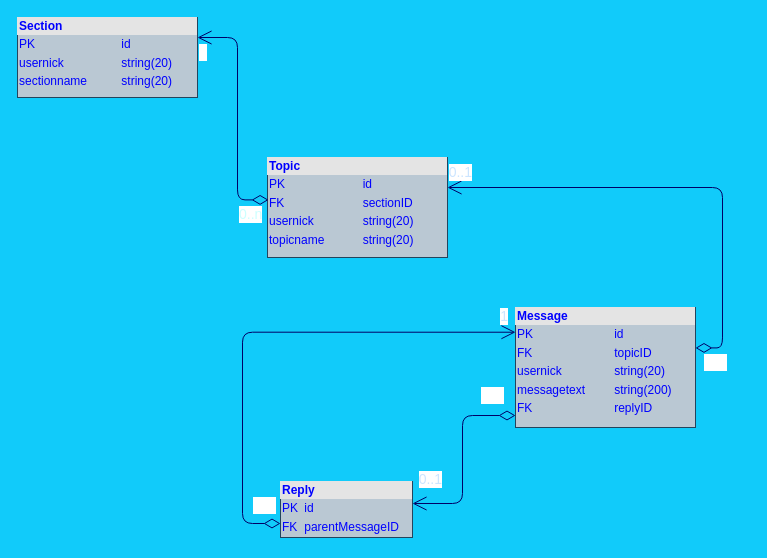
Earlier version of the draw.io diagram diagramms/er.drawio (theotheo46/react). Source tidied: cells renumbered, new cells numbered last; positions are measured from the earlier drawing's top-left corner, leaving out a move shared by most shapes. Both pictures are drawn from the tidied source at 100%, with x=0, y=0 at pixel (17, 17).
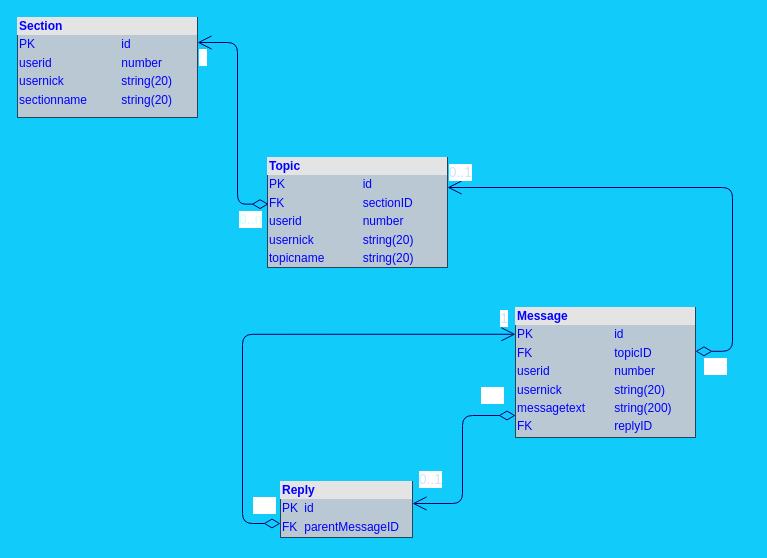
The same page after the edit.

The change refers to these unchanged cells:
```xml
<mxCell id="11" value="&lt;div style=&quot;box-sizing:border-box;width:100%;background:#e4e4e4;padding:2px;&quot;&gt;&lt;font color=&quot;#0000ff&quot;&gt;&lt;b&gt;Reply&lt;/b&gt;&lt;/font&gt;&lt;/div&gt;&lt;table style=&quot;width:100%;font-size:1em;&quot; cellpadding=&quot;2&quot; cellspacing=&quot;0&quot;&gt;&lt;tbody&gt;&lt;tr&gt;&lt;td&gt;&lt;font color=&quot;#0000ff&quot;&gt;PK&lt;/font&gt;&lt;/td&gt;&lt;td&gt;&lt;font color=&quot;#0000ff&quot;&gt;id&lt;/font&gt;&lt;/td&gt;&lt;/tr&gt;&lt;tr&gt;&lt;td&gt;&lt;font color=&quot;#0000ff&quot;&gt;FK&lt;/font&gt;&lt;/td&gt;&lt;td&gt;&lt;font color=&quot;#0000ff&quot;&gt;parentMessageID&lt;/font&gt;&lt;/td&gt;&lt;/tr&gt;&lt;/tbody&gt;&lt;/table&gt;" style="verticalAlign=top;align=left;overflow=fill;html=1;fillColor=#bac8d3;strokeColor=#23445d;" parent="1" vertex="1">
  <mxGeometry x="263" y="464" width="132" height="56" as="geometry" />
</mxCell>
```

What changed in the source:
```diff
@@
-    <mxCell id="2" value="&lt;div style=&quot;box-sizing:border-box;width:100%;background:#e4e4e4;padding:2px;&quot;&gt;&lt;font color=&quot;#0000ff&quot;&gt;&lt;b&gt;Section&lt;/b&gt;&lt;/font&gt;&lt;/div&gt;&lt;table style=&quot;width:100%;font-size:1em;&quot; cellpadding=&quot;2&quot; cellspacing=&quot;0&quot;&gt;&lt;tbody&gt;&lt;tr&gt;&lt;td&gt;&lt;font color=&quot;#0000ff&quot;&gt;PK&lt;/font&gt;&lt;/td&gt;&lt;td&gt;&lt;font color=&quot;#0000ff&quot;&gt;id&lt;/font&gt;&lt;/td&gt;&lt;/tr&gt;&lt;tr&gt;&lt;td&gt;&lt;span style=&quot;color: rgb(0, 0, 255);&quot;&gt;usernick&lt;/span&gt;&lt;br&gt;&lt;/td&gt;&lt;td&gt;&lt;font color=&quot;#0000ff&quot;&gt;string(20)&lt;/font&gt;&lt;/td&gt;&lt;/tr&gt;&lt;tr&gt;&lt;td&gt;&lt;font color=&quot;#0000ff&quot;&gt;sectionname&lt;/font&gt;&lt;/td&gt;&lt;td&gt;&lt;span style=&quot;color: rgb(0, 0, 255);&quot;&gt;string(20)&lt;/span&gt;&lt;br&gt;&lt;/td&gt;&lt;/tr&gt;&lt;tr&gt;&lt;td&gt;&lt;br&gt;&lt;/td&gt;&lt;td&gt;&lt;br&gt;&lt;/td&gt;&lt;/tr&gt;&lt;tr&gt;&lt;td&gt;&lt;br&gt;&lt;/td&gt;&lt;td&gt;&lt;br&gt;&lt;/td&gt;&lt;/tr&gt;&lt;/tbody&gt;&lt;/table&gt;" style="verticalAlign=top;align=left;overflow=fill;html=1;fillColor=#bac8d3;strokeColor=#23445d;" parent="1" vertex="1">
-      <mxGeometry width="180" height="80" as="geometry" />
+    <mxCell id="2" value="&lt;div style=&quot;box-sizing:border-box;width:100%;background:#e4e4e4;padding:2px;&quot;&gt;&lt;font color=&quot;#0000ff&quot;&gt;&lt;b&gt;Section&lt;/b&gt;&lt;/font&gt;&lt;/div&gt;&lt;table style=&quot;width:100%;font-size:1em;&quot; cellpadding=&quot;2&quot; cellspacing=&quot;0&quot;&gt;&lt;tbody&gt;&lt;tr&gt;&lt;td&gt;&lt;font color=&quot;#0000ff&quot;&gt;PK&lt;/font&gt;&lt;/td&gt;&lt;td&gt;&lt;font color=&quot;#0000ff&quot;&gt;id&lt;/font&gt;&lt;/td&gt;&lt;/tr&gt;&lt;tr&gt;&lt;td&gt;&lt;font color=&quot;#0000ff&quot;&gt;userid&lt;/font&gt;&lt;/td&gt;&lt;td&gt;&lt;font color=&quot;#0000ff&quot;&gt;number&lt;/font&gt;&lt;/td&gt;&lt;/tr&gt;&lt;tr&gt;&lt;td&gt;&lt;span style=&quot;color: rgb(0, 0, 255);&quot;&gt;usernick&lt;/span&gt;&lt;br&gt;&lt;/td&gt;&lt;td&gt;&lt;font color=&quot;#0000ff&quot;&gt;string(20)&lt;/font&gt;&lt;/td&gt;&lt;/tr&gt;&lt;tr&gt;&lt;td&gt;&lt;font color=&quot;#0000ff&quot;&gt;sectionname&lt;/font&gt;&lt;/td&gt;&lt;td&gt;&lt;span style=&quot;color: rgb(0, 0, 255);&quot;&gt;string(20)&lt;/span&gt;&lt;br&gt;&lt;/td&gt;&lt;/tr&gt;&lt;tr&gt;&lt;td&gt;&lt;br&gt;&lt;/td&gt;&lt;td&gt;&lt;br&gt;&lt;/td&gt;&lt;/tr&gt;&lt;tr&gt;&lt;td&gt;&lt;br&gt;&lt;/td&gt;&lt;td&gt;&lt;br&gt;&lt;/td&gt;&lt;/tr&gt;&lt;/tbody&gt;&lt;/table&gt;" style="verticalAlign=top;align=left;overflow=fill;html=1;fillColor=#bac8d3;strokeColor=#23445d;" parent="1" vertex="1">
+      <mxGeometry width="180" height="100" as="geometry" />
     </mxCell>
-    <mxCell id="3" value="&lt;div style=&quot;box-sizing:border-box;width:100%;background:#e4e4e4;padding:2px;&quot;&gt;&lt;font color=&quot;#0000ff&quot;&gt;&lt;b&gt;Topic&lt;/b&gt;&lt;/font&gt;&lt;/div&gt;&lt;table style=&quot;width:100%;font-size:1em;&quot; cellpadding=&quot;2&quot; cellspacing=&quot;0&quot;&gt;&lt;tbody&gt;&lt;tr&gt;&lt;td&gt;&lt;font color=&quot;#0000ff&quot;&gt;PK&lt;/font&gt;&lt;/td&gt;&lt;td&gt;&lt;font color=&quot;#0000ff&quot;&gt;id&lt;/font&gt;&lt;/td&gt;&lt;/tr&gt;&lt;tr&gt;&lt;td&gt;&lt;font color=&quot;#0000ff&quot;&gt;FK&lt;/font&gt;&lt;/td&gt;&lt;td&gt;&lt;font color=&quot;#0000ff&quot;&gt;sectionID&lt;/font&gt;&lt;/td&gt;&lt;/tr&gt;&lt;tr&gt;&lt;td&gt;&lt;span style=&quot;color: rgb(0, 0, 255);&quot;&gt;usernick&lt;/span&gt;&lt;br&gt;&lt;/td&gt;&lt;td&gt;&lt;font color=&quot;#0000ff&quot;&gt;string(20)&lt;/font&gt;&lt;/td&gt;&lt;/tr&gt;&lt;tr&gt;&lt;td&gt;&lt;font color=&quot;#0000ff&quot;&gt;topicname&lt;/font&gt;&lt;/td&gt;&lt;td&gt;&lt;span style=&quot;color: rgb(0, 0, 255);&quot;&gt;string(20)&lt;/span&gt;&lt;br&gt;&lt;/td&gt;&lt;/tr&gt;&lt;tr&gt;&lt;td&gt;&lt;br&gt;&lt;/td&gt;&lt;td&gt;&lt;br&gt;&lt;/td&gt;&lt;/tr&gt;&lt;tr&gt;&lt;td&gt;&lt;br&gt;&lt;/td&gt;&lt;td&gt;&lt;br&gt;&lt;/td&gt;&lt;/tr&gt;&lt;/tbody&gt;&lt;/table&gt;" style="verticalAlign=top;align=left;overflow=fill;html=1;fillColor=#bac8d3;strokeColor=#23445d;" parent="1" vertex="1">
-      <mxGeometry x="250" y="140" width="180" height="100" as="geometry" />
+    <mxCell id="3" value="&lt;div style=&quot;box-sizing:border-box;width:100%;background:#e4e4e4;padding:2px;&quot;&gt;&lt;font color=&quot;#0000ff&quot;&gt;&lt;b&gt;Topic&lt;/b&gt;&lt;/font&gt;&lt;/div&gt;&lt;table style=&quot;width:100%;font-size:1em;&quot; cellpadding=&quot;2&quot; cellspacing=&quot;0&quot;&gt;&lt;tbody&gt;&lt;tr&gt;&lt;td&gt;&lt;font color=&quot;#0000ff&quot;&gt;PK&lt;/font&gt;&lt;/td&gt;&lt;td&gt;&lt;font color=&quot;#0000ff&quot;&gt;id&lt;/font&gt;&lt;/td&gt;&lt;/tr&gt;&lt;tr&gt;&lt;td&gt;&lt;font color=&quot;#0000ff&quot;&gt;FK&lt;/font&gt;&lt;/td&gt;&lt;td&gt;&lt;font color=&quot;#0000ff&quot;&gt;sectionID&lt;/font&gt;&lt;/td&gt;&lt;/tr&gt;&lt;tr&gt;&lt;td&gt;&lt;font color=&quot;#0000ff&quot;&gt;userid&lt;/font&gt;&lt;/td&gt;&lt;td&gt;&lt;font color=&quot;#0000ff&quot;&gt;number&lt;/font&gt;&lt;/td&gt;&lt;/tr&gt;&lt;tr&gt;&lt;td&gt;&lt;span style=&quot;color: rgb(0, 0, 255);&quot;&gt;usernick&lt;/span&gt;&lt;br&gt;&lt;/td&gt;&lt;td&gt;&lt;font color=&quot;#0000ff&quot;&gt;string(20)&lt;/font&gt;&lt;/td&gt;&lt;/tr&gt;&lt;tr&gt;&lt;td&gt;&lt;font color=&quot;#0000ff&quot;&gt;topicname&lt;/font&gt;&lt;/td&gt;&lt;td&gt;&lt;span style=&quot;color: rgb(0, 0, 255);&quot;&gt;string(20)&lt;/span&gt;&lt;br&gt;&lt;/td&gt;&lt;/tr&gt;&lt;tr&gt;&lt;td&gt;&lt;br&gt;&lt;/td&gt;&lt;td&gt;&lt;br&gt;&lt;/td&gt;&lt;/tr&gt;&lt;tr&gt;&lt;td&gt;&lt;br&gt;&lt;/td&gt;&lt;td&gt;&lt;br&gt;&lt;/td&gt;&lt;/tr&gt;&lt;/tbody&gt;&lt;/table&gt;" style="verticalAlign=top;align=left;overflow=fill;html=1;fillColor=#bac8d3;strokeColor=#23445d;" parent="1" vertex="1">
+      <mxGeometry x="250" y="140" width="180" height="110" as="geometry" />
     </mxCell>
     <mxCell id="4" style="endArrow=open;html=1;endSize=12;startArrow=diamondThin;startSize=14;startFill=0;edgeStyle=orthogonalEdgeStyle;fontColor=#0000FF;strokeColor=#000066;entryX=1;entryY=0.25;entryDx=0;entryDy=0;exitX=0.006;exitY=0.424;exitDx=0;exitDy=0;exitPerimeter=0;" parent="1" edge="1" source="3" target="2">
       <mxGeometry x="0.18" relative="1" as="geometry">
         <Array as="points">
-          <mxPoint x="220" y="182" />
-          <mxPoint x="220" y="20" />
+          <mxPoint x="220" y="187" />
+          <mxPoint x="220" y="25" />
         </Array>
       </mxGeometry>
     </mxCell>
@@
-    <mxCell id="7" value="&lt;div style=&quot;box-sizing:border-box;width:100%;background:#e4e4e4;padding:2px;&quot;&gt;&lt;font color=&quot;#0000ff&quot;&gt;&lt;b&gt;Message&lt;/b&gt;&lt;/font&gt;&lt;/div&gt;&lt;table style=&quot;width:100%;font-size:1em;&quot; cellpadding=&quot;2&quot; cellspacing=&quot;0&quot;&gt;&lt;tbody&gt;&lt;tr&gt;&lt;td&gt;&lt;font color=&quot;#0000ff&quot;&gt;PK&lt;/font&gt;&lt;/td&gt;&lt;td&gt;&lt;font color=&quot;#0000ff&quot;&gt;id&lt;/font&gt;&lt;/td&gt;&lt;/tr&gt;&lt;tr&gt;&lt;td&gt;&lt;font color=&quot;#0000ff&quot;&gt;FK&lt;/font&gt;&lt;/td&gt;&lt;td&gt;&lt;font color=&quot;#0000ff&quot;&gt;topicID&lt;/font&gt;&lt;/td&gt;&lt;/tr&gt;&lt;tr&gt;&lt;td&gt;&lt;span style=&quot;color: rgb(0, 0, 255);&quot;&gt;usernick&lt;/span&gt;&lt;br&gt;&lt;/td&gt;&lt;td&gt;&lt;font color=&quot;#0000ff&quot;&gt;string(20)&lt;/font&gt;&lt;/td&gt;&lt;/tr&gt;&lt;tr&gt;&lt;td&gt;&lt;font color=&quot;#0000ff&quot;&gt;messagetext&lt;/font&gt;&lt;/td&gt;&lt;td&gt;&lt;span style=&quot;color: rgb(0, 0, 255);&quot;&gt;string(200)&lt;/span&gt;&lt;br&gt;&lt;/td&gt;&lt;/tr&gt;&lt;tr&gt;&lt;td&gt;&lt;font color=&quot;#0000ff&quot;&gt;FK&lt;/font&gt;&lt;/td&gt;&lt;td&gt;&lt;font color=&quot;#0000ff&quot;&gt;replyID&lt;/font&gt;&lt;/td&gt;&lt;/tr&gt;&lt;tr&gt;&lt;td&gt;&lt;br&gt;&lt;/td&gt;&lt;td&gt;&lt;br&gt;&lt;/td&gt;&lt;/tr&gt;&lt;tr&gt;&lt;td&gt;&lt;br&gt;&lt;/td&gt;&lt;td&gt;&lt;br&gt;&lt;/td&gt;&lt;/tr&gt;&lt;tr&gt;&lt;td&gt;&lt;br&gt;&lt;/td&gt;&lt;td&gt;&lt;br&gt;&lt;/td&gt;&lt;/tr&gt;&lt;/tbody&gt;&lt;/table&gt;" style="verticalAlign=top;align=left;overflow=fill;html=1;fillColor=#bac8d3;strokeColor=#23445d;" parent="1" vertex="1">
-      <mxGeometry x="498" y="290" width="180" height="120" as="geometry" />
+    <mxCell id="7" value="&lt;div style=&quot;box-sizing:border-box;width:100%;background:#e4e4e4;padding:2px;&quot;&gt;&lt;font color=&quot;#0000ff&quot;&gt;&lt;b&gt;Message&lt;/b&gt;&lt;/font&gt;&lt;/div&gt;&lt;table style=&quot;width:100%;font-size:1em;&quot; cellpadding=&quot;2&quot; cellspacing=&quot;0&quot;&gt;&lt;tbody&gt;&lt;tr&gt;&lt;td&gt;&lt;font color=&quot;#0000ff&quot;&gt;PK&lt;/font&gt;&lt;/td&gt;&lt;td&gt;&lt;font color=&quot;#0000ff&quot;&gt;id&lt;/font&gt;&lt;/td&gt;&lt;/tr&gt;&lt;tr&gt;&lt;td&gt;&lt;font color=&quot;#0000ff&quot;&gt;FK&lt;/font&gt;&lt;/td&gt;&lt;td&gt;&lt;font color=&quot;#0000ff&quot;&gt;topicID&lt;/font&gt;&lt;/td&gt;&lt;/tr&gt;&lt;tr&gt;&lt;td&gt;&lt;font color=&quot;#0000ff&quot;&gt;userid&lt;/font&gt;&lt;/td&gt;&lt;td&gt;&lt;font color=&quot;#0000ff&quot;&gt;number&lt;/font&gt;&lt;/td&gt;&lt;/tr&gt;&lt;tr&gt;&lt;td&gt;&lt;span style=&quot;color: rgb(0, 0, 255);&quot;&gt;usernick&lt;/span&gt;&lt;br&gt;&lt;/td&gt;&lt;td&gt;&lt;font color=&quot;#0000ff&quot;&gt;string(20)&lt;/font&gt;&lt;/td&gt;&lt;/tr&gt;&lt;tr&gt;&lt;td&gt;&lt;font color=&quot;#0000ff&quot;&gt;messagetext&lt;/font&gt;&lt;/td&gt;&lt;td&gt;&lt;span style=&quot;color: rgb(0, 0, 255);&quot;&gt;string(200)&lt;/span&gt;&lt;br&gt;&lt;/td&gt;&lt;/tr&gt;&lt;tr&gt;&lt;td&gt;&lt;font color=&quot;#0000ff&quot;&gt;FK&lt;/font&gt;&lt;/td&gt;&lt;td&gt;&lt;font color=&quot;#0000ff&quot;&gt;replyID&lt;/font&gt;&lt;/td&gt;&lt;/tr&gt;&lt;tr&gt;&lt;td&gt;&lt;br&gt;&lt;/td&gt;&lt;td&gt;&lt;br&gt;&lt;/td&gt;&lt;/tr&gt;&lt;tr&gt;&lt;td&gt;&lt;br&gt;&lt;/td&gt;&lt;td&gt;&lt;br&gt;&lt;/td&gt;&lt;/tr&gt;&lt;tr&gt;&lt;td&gt;&lt;br&gt;&lt;/td&gt;&lt;td&gt;&lt;br&gt;&lt;/td&gt;&lt;/tr&gt;&lt;/tbody&gt;&lt;/table&gt;" style="verticalAlign=top;align=left;overflow=fill;html=1;fillColor=#bac8d3;strokeColor=#23445d;" parent="1" vertex="1">
+      <mxGeometry x="498" y="290" width="180" height="130" as="geometry" />
     </mxCell>
     <mxCell id="8" style="endArrow=open;html=1;endSize=12;startArrow=diamondThin;startSize=14;startFill=0;edgeStyle=orthogonalEdgeStyle;fontColor=#0000FF;strokeColor=#000066;entryX=1;entryY=0.25;entryDx=0;entryDy=0;exitX=1;exitY=0.337;exitDx=0;exitDy=0;exitPerimeter=0;" parent="1" edge="1" source="7">
       <mxGeometry x="0.18" relative="1" as="geometry">
         <mxPoint x="430" y="170" as="targetPoint" />
         <Array as="points">
-          <mxPoint x="705" y="330" />
-          <mxPoint x="705" y="170" />
+          <mxPoint x="715" y="334" />
+          <mxPoint x="715" y="170" />
         </Array>
       </mxGeometry>
     </mxCell>
@@
     <mxCell id="15" style="endArrow=open;html=1;endSize=12;startArrow=diamondThin;startSize=14;startFill=0;edgeStyle=orthogonalEdgeStyle;fontColor=#0000FF;strokeColor=#000066;entryX=0;entryY=0.206;entryDx=0;entryDy=0;entryPerimeter=0;exitX=0;exitY=0.75;exitDx=0;exitDy=0;" parent="1" edge="1" source="11" target="7">
       <mxGeometry x="0.18" relative="1" as="geometry">
         <Array as="points">
           <mxPoint x="225" y="506" />
-          <mxPoint x="225" y="315" />
+          <mxPoint x="225" y="317" />
         </Array>
       </mxGeometry>
     </mxCell>
```
